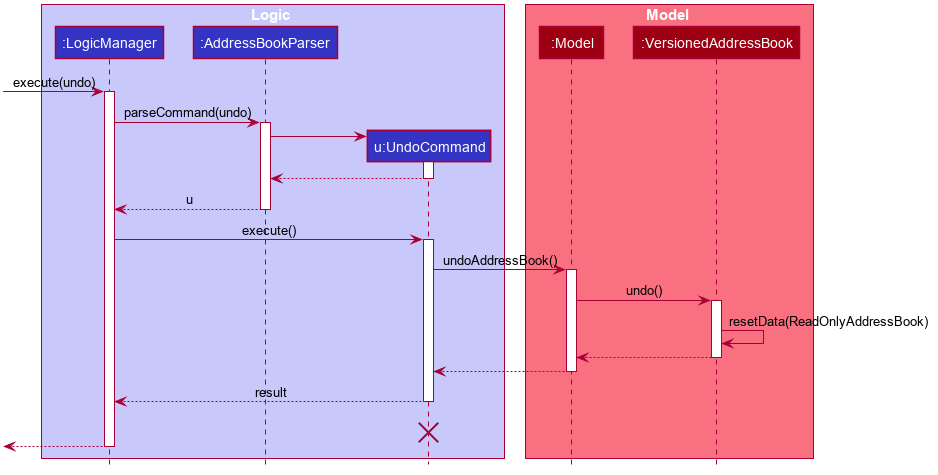
This is docs/images/UndoSequenceDiagram.png from se-edu/addressbook-level3, a PlantUML export, as it was before one commit. Its diagram source:
```plantuml
@startuml








skinparam BackgroundColor #FFFFFFF

skinparam Shadowing false

skinparam Class {
    FontColor #FFFFFF
    BorderThickness 1
    BorderColor #FFFFFF
    StereotypeFontColor #FFFFFF
    FontName Arial
}

skinparam Actor {
    BorderColor #000000
    Color #000000
    FontName Arial
}

skinparam Sequence {
    MessageAlign center
    BoxFontSize 15
    BoxPadding 0
    BoxFontColor #FFFFFF
    FontName Arial
}

skinparam Participant {
    FontColor #FFFFFFF
    Padding 20
}

skinparam MinClassWidth 50
skinparam ParticipantPadding 10
skinparam Shadowing false
skinparam DefaultTextAlignment center
skinparam packageStyle Rectangle

hide footbox
hide members
hide circle

box Logic #C8C8FA
participant ":LogicManager" as LogicManager #3333C4
participant ":AddressBookParser" as AddressBookParser #3333C4
participant "u:UndoCommand" as UndoCommand #3333C4
end box

box Model #F97181
participant ":Model" as Model #9D0012
participant ":VersionedAddressBook" as VersionedAddressBook #9D0012
end box
[-> LogicManager : execute(undo)
activate LogicManager

LogicManager -> AddressBookParser : parseCommand(undo)
activate AddressBookParser

create UndoCommand
AddressBookParser -> UndoCommand
activate UndoCommand

UndoCommand --> AddressBookParser
deactivate UndoCommand

AddressBookParser --> LogicManager : u
deactivate AddressBookParser

LogicManager -> UndoCommand : execute()
activate UndoCommand

UndoCommand -> Model : undoAddressBook()
activate Model

Model -> VersionedAddressBook : undo()
activate VersionedAddressBook

VersionedAddressBook -> VersionedAddressBook :resetData(ReadOnlyAddressBook)
VersionedAddressBook --> Model :
deactivate VersionedAddressBook

Model --> UndoCommand
deactivate Model

UndoCommand --> LogicManager : result
deactivate UndoCommand
UndoCommand -[hidden]-> LogicManager : result
destroy UndoCommand

[<--LogicManager
deactivate LogicManager
@enduml
```
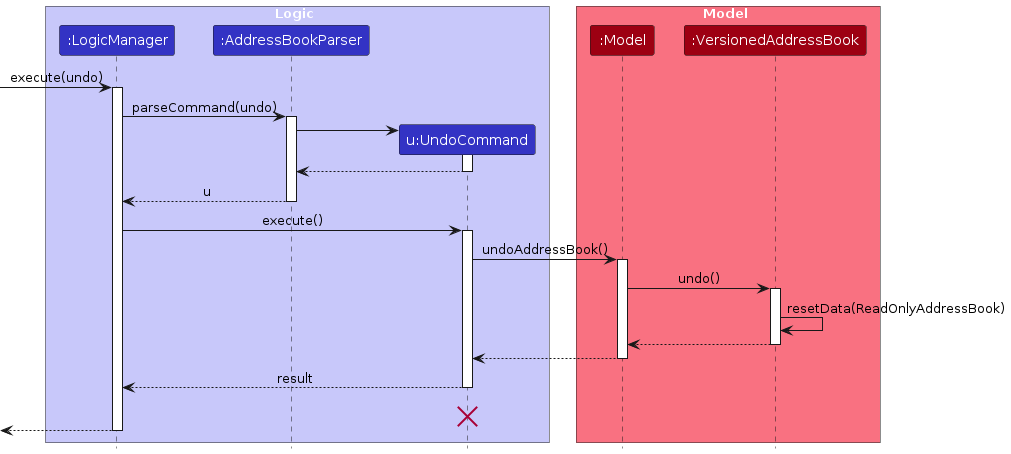
After the change.

What changed in the source:
```diff
@@ -1,62 +1,15 @@
 @startuml
+!include style.puml
 
-
-
-
-
-
-
-
-skinparam BackgroundColor #FFFFFFF
-
-skinparam Shadowing false
-
-skinparam Class {
-    FontColor #FFFFFF
-    BorderThickness 1
-    BorderColor #FFFFFF
-    StereotypeFontColor #FFFFFF
-    FontName Arial
-}
-
-skinparam Actor {
-    BorderColor #000000
-    Color #000000
-    FontName Arial
-}
-
-skinparam Sequence {
-    MessageAlign center
-    BoxFontSize 15
-    BoxPadding 0
-    BoxFontColor #FFFFFF
-    FontName Arial
-}
-
-skinparam Participant {
-    FontColor #FFFFFFF
-    Padding 20
-}
-
-skinparam MinClassWidth 50
-skinparam ParticipantPadding 10
-skinparam Shadowing false
-skinparam DefaultTextAlignment center
-skinparam packageStyle Rectangle
-
-hide footbox
-hide members
-hide circle
-
-box Logic #C8C8FA
-participant ":LogicManager" as LogicManager #3333C4
-participant ":AddressBookParser" as AddressBookParser #3333C4
-participant "u:UndoCommand" as UndoCommand #3333C4
+box Logic LOGIC_COLOR_T1
+participant ":LogicManager" as LogicManager LOGIC_COLOR
+participant ":AddressBookParser" as AddressBookParser LOGIC_COLOR
+participant "u:UndoCommand" as UndoCommand LOGIC_COLOR
 end box
 
-box Model #F97181
-participant ":Model" as Model #9D0012
-participant ":VersionedAddressBook" as VersionedAddressBook #9D0012
+box Model MODEL_COLOR_T1
+participant ":Model" as Model MODEL_COLOR
+participant ":VersionedAddressBook" as VersionedAddressBook MODEL_COLOR
 end box
 [-> LogicManager : execute(undo)
 activate LogicManager
```
